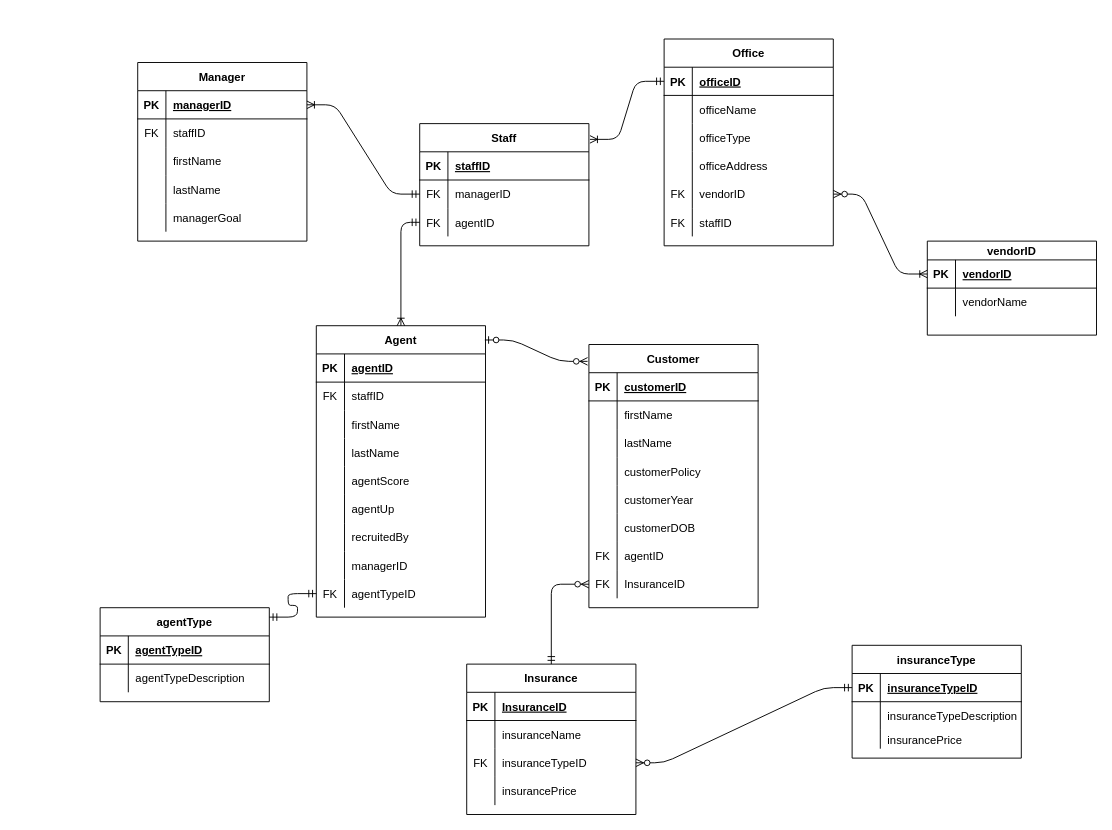
asapkyxy/I308_Information_Representation keeps this draw.io diagram as DatabaseDesignPhase3.drawio. Above is the earlier version. Source tidied: cells renumbered, new cells numbered last; positions are measured from the earlier drawing's top-left corner, leaving out a move shared by most shapes. Both pictures are drawn from the tidied source at 94%, with x=0, y=0 at pixel (100, 39).
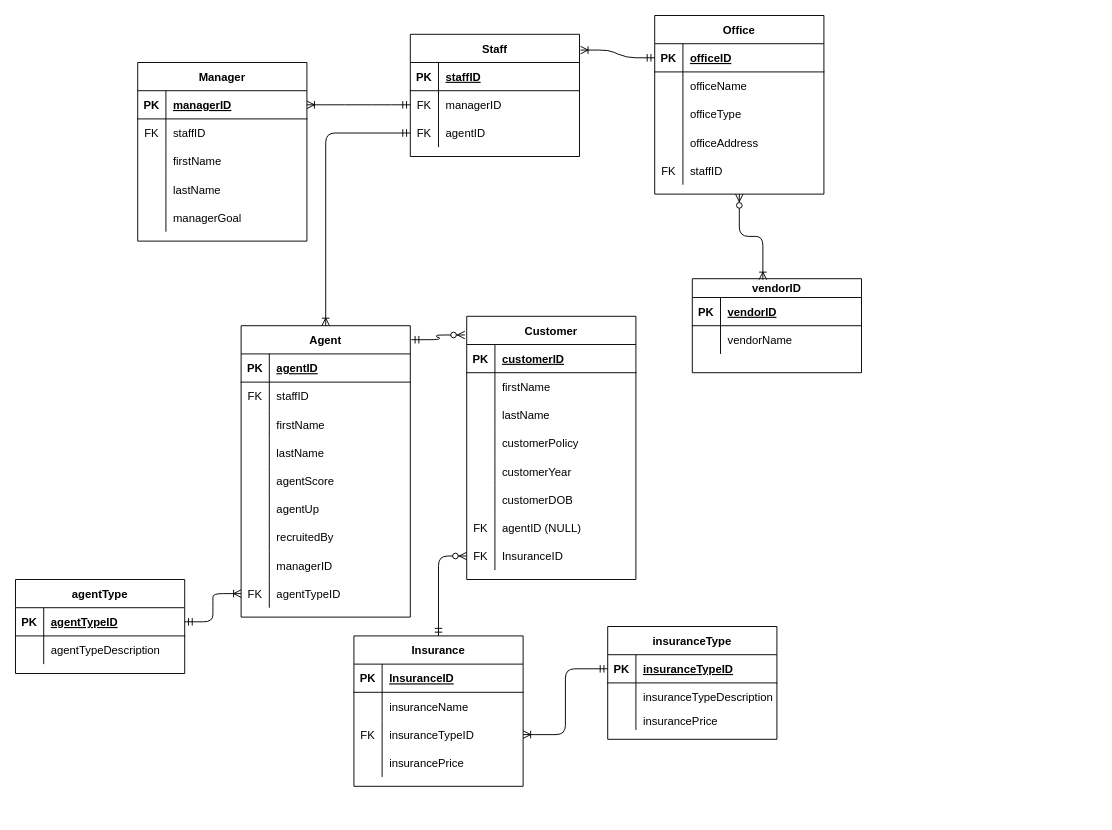
Above is the later version.

The change refers to these unchanged cells:
```xml
<mxCell id="72" style="shape=partialRectangle;fillColor=none;top=0;left=0;bottom=0;right=0;points=[[0,0.5],[1,0.5]];portConstraint=eastwest;" parent="47" vertex="1">
  <mxGeometry y="270" width="180" height="30" as="geometry" />
</mxCell>
<mxCell id="76" style="shape=partialRectangle;fillColor=none;top=0;left=0;bottom=1;right=0;points=[[0,0.5],[1,0.5]];portConstraint=eastwest;" parent="75" vertex="1">
  <mxGeometry y="30" width="180" height="30" as="geometry" />
</mxCell>
<mxCell id="101" style="shape=partialRectangle;fillColor=none;top=0;left=0;bottom=0;right=0;" parent="82" vertex="1">
  <mxGeometry y="210" width="180" height="30" as="geometry" />
</mxCell>
<mxCell id="108" style="shape=partialRectangle;fillColor=none;top=0;left=0;bottom=1;right=0;points=[[0,0.5],[1,0.5]];portConstraint=eastwest;" parent="107" vertex="1">
  <mxGeometry y="30" width="180" height="30" as="geometry" />
</mxCell>
<mxCell id="124" style="shape=partialRectangle;fillColor=none;top=0;left=0;bottom=0;right=0;points=[[0,0.5],[1,0.5]];portConstraint=eastwest;" parent="117" vertex="1">
  <mxGeometry y="90" width="180" height="30" as="geometry" />
</mxCell>
<mxCell id="131" style="shape=partialRectangle;fillColor=none;top=0;left=0;bottom=1;right=0;points=[[0,0.5],[1,0.5]];portConstraint=eastwest;" parent="130" vertex="1">
  <mxGeometry y="20" width="180" height="30" as="geometry" />
</mxCell>
```

Diff of the diagram source:
```diff
@@
     <mxCell id="2" value="Office" style="shape=table;startSize=30;childLayout=tableLayout;rowLines=0;fontStyle=1;align=center;" parent="1" vertex="1">
-      <mxGeometry x="600" width="180" height="220" as="geometry" />
+      <mxGeometry x="590" y="-25" width="180" height="190" as="geometry" />
     </mxCell>
@@
-    <mxCell id="15" style="shape=partialRectangle;fillColor=none;top=0;left=0;bottom=0;right=0;points=[[0,0.5],[1,0.5]];portConstraint=eastwest;" parent="2" vertex="1">
-      <mxGeometry y="150" width="180" height="30" as="geometry" />
-    </mxCell>
-    <mxCell id="16" value="FK" style="shape=partialRectangle;fillColor=none;top=0;left=0;bottom=0;right=0;overflow=hidden;" parent="15" vertex="1">
-      <mxGeometry width="30" height="30" as="geometry" />
-    </mxCell>
-    <mxCell id="17" value="vendorID" style="shape=partialRectangle;fillColor=none;top=0;left=0;bottom=0;right=0;align=left;spacingLeft=6;overflow=hidden;" parent="15" vertex="1">
-      <mxGeometry x="30" width="150" height="30" as="geometry" />
-    </mxCell>
     <mxCell id="18" style="shape=partialRectangle;fillColor=none;top=0;left=0;bottom=0;right=0;" parent="2" vertex="1">
-      <mxGeometry y="180" width="180" height="30" as="geometry" />
+      <mxGeometry y="150" width="180" height="30" as="geometry" />
     </mxCell>
@@
     <mxCell id="21" value="Staff" style="shape=table;startSize=30;childLayout=tableLayout;rowLines=0;fontStyle=1;align=center;" parent="1" vertex="1">
-      <mxGeometry x="340" y="90" width="180" height="130" as="geometry" />
+      <mxGeometry x="330" y="-5" width="180" height="130" as="geometry" />
     </mxCell>
@@
     <mxCell id="47" value="Agent" style="shape=table;startSize=30;childLayout=tableLayout;rowLines=0;fontStyle=1;align=center;" parent="1" vertex="1">
-      <mxGeometry x="230" y="305" width="180" height="310" as="geometry" />
+      <mxGeometry x="150" y="305" width="180" height="310" as="geometry" />
     </mxCell>
@@
     <mxCell id="75" value="agentType" style="shape=table;startSize=30;childLayout=tableLayout;rowLines=0;fontStyle=1;align=center;" parent="1" vertex="1">
-      <mxGeometry y="605" width="180" height="100" as="geometry" />
+      <mxGeometry x="-90" y="575" width="180" height="100" as="geometry" />
     </mxCell>
@@
     <mxCell id="82" value="Customer" style="shape=table;startSize=30;childLayout=tableLayout;rowLines=0;fontStyle=1;align=center;" parent="1" vertex="1">
-      <mxGeometry x="520" y="325" width="180" height="280" as="geometry" />
+      <mxGeometry x="390" y="295" width="180" height="280" as="geometry" />
     </mxCell>
@@
-    <mxCell id="103" value="agentID" style="shape=partialRectangle;fillColor=none;top=0;left=0;bottom=0;right=0;align=left;spacingLeft=6;overflow=hidden;" parent="101" vertex="1">
+    <mxCell id="103" value="agentID (NULL)" style="shape=partialRectangle;fillColor=none;top=0;left=0;bottom=0;right=0;align=left;spacingLeft=6;overflow=hidden;" parent="101" vertex="1">
       <mxGeometry x="30" width="150" height="30" as="geometry" />
     </mxCell>
@@
     <mxCell id="107" value="insuranceType" style="shape=table;startSize=30;childLayout=tableLayout;rowLines=0;fontStyle=1;align=center;" parent="1" vertex="1">
-      <mxGeometry x="800" y="645" width="180" height="120" as="geometry" />
+      <mxGeometry x="540" y="625" width="180" height="120" as="geometry" />
     </mxCell>
@@
     <mxCell id="117" value="Insurance" style="shape=table;startSize=30;childLayout=tableLayout;rowLines=0;fontStyle=1;align=center;" parent="1" vertex="1">
-      <mxGeometry x="390" y="665" width="180" height="160" as="geometry" />
+      <mxGeometry x="270" y="635" width="180" height="160" as="geometry" />
     </mxCell>
@@
     <mxCell id="130" value="vendorID" style="shape=table;startSize=20;childLayout=tableLayout;rowLines=0;fontStyle=1;align=center;" parent="1" vertex="1">
-      <mxGeometry x="880" y="215" width="180" height="100" as="geometry" />
+      <mxGeometry x="630" y="255" width="180" height="100" as="geometry" />
     </mxCell>
@@
-    <mxCell id="137" style="edgeStyle=entityRelationEdgeStyle;fontSize=12;html=1;endArrow=ERoneToMany;startArrow=ERzeroToMany;exitX=1;exitY=0.5;exitDx=0;exitDy=0;entryX=0;entryY=0.5;entryDx=0;entryDy=0;" parent="1" edge="1" source="15" target="131">
+    <mxCell id="137" style="fontSize=12;html=1;endArrow=ERoneToMany;startArrow=ERzeroToMany;exitX=0.5;exitY=1;exitDx=0;exitDy=0;entryX=0.417;entryY=0.01;entryDx=0;entryDy=0;entryPerimeter=0;edgeStyle=orthogonalEdgeStyle;" parent="1" edge="1" source="2" target="130">
       <mxGeometry relative="1" as="geometry" />
     </mxCell>
-    <mxCell id="138" style="edgeStyle=entityRelationEdgeStyle;fontSize=12;html=1;endArrow=ERzeroToMany;startArrow=ERmandOne;entryX=1;entryY=0.5;entryDx=0;entryDy=0;exitX=0;exitY=0.5;exitDx=0;exitDy=0;" parent="1" edge="1" source="108" target="124">
-      <mxGeometry relative="1" as="geometry" />
-    </mxCell>
-    <mxCell id="139" style="edgeStyle=entityRelationEdgeStyle;fontSize=12;html=1;endArrow=ERzeroToMany;startArrow=ERzeroToOne;exitX=0.996;exitY=0.049;exitDx=0;exitDy=0;exitPerimeter=0;entryX=-0.008;entryY=0.064;entryDx=0;entryDy=0;entryPerimeter=0;" parent="1" edge="1" source="47" target="82">
-      <mxGeometry relative="1" as="geometry" />
-    </mxCell>
@@
-    <mxCell id="144" style="edgeStyle=entityRelationEdgeStyle;fontSize=12;html=1;endArrow=ERmandOne;startArrow=ERmandOne;entryX=0;entryY=0.5;entryDx=0;entryDy=0;exitX=1;exitY=0.1;exitDx=0;exitDy=0;exitPerimeter=0;" parent="1" edge="1" source="75" target="72">
-      <mxGeometry relative="1" as="geometry" />
-    </mxCell>
+    <mxCell id="145" style="edgeStyle=entityRelationEdgeStyle;fontSize=12;html=1;endArrow=ERoneToMany;startArrow=ERmandOne;entryX=0;entryY=0.5;entryDx=0;entryDy=0;exitX=1;exitY=0.5;exitDx=0;exitDy=0;" parent="1" edge="1" source="76" target="72">
+      <mxGeometry relative="1" as="geometry" />
+    </mxCell>
+    <mxCell id="139" style="edgeStyle=entityRelationEdgeStyle;fontSize=12;html=1;endArrow=ERzeroToMany;startArrow=ERmandOne;exitX=1.006;exitY=0.048;exitDx=0;exitDy=0;exitPerimeter=0;entryX=-0.011;entryY=0.071;entryDx=0;entryDy=0;entryPerimeter=0;" parent="1" edge="1" source="47" target="82">
+      <mxGeometry relative="1" as="geometry" />
+    </mxCell>
+    <mxCell id="138" style="edgeStyle=orthogonalEdgeStyle;fontSize=12;html=1;endArrow=ERoneToMany;startArrow=ERmandOne;entryX=1;entryY=0.5;entryDx=0;entryDy=0;exitX=0;exitY=0.5;exitDx=0;exitDy=0;" parent="1" edge="1" source="108" target="124">
+      <mxGeometry relative="1" as="geometry" />
+    </mxCell>
```
